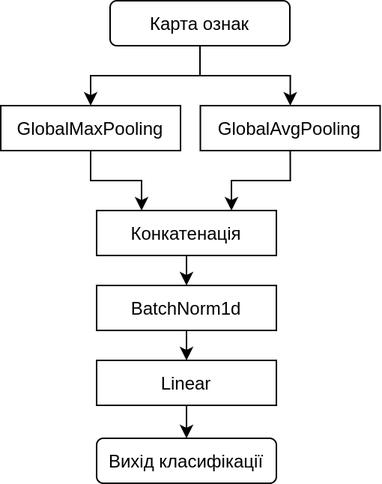
Earlier version of the draw.io export figures/my_cls_arch.png (spsancti/onpu_phd_thesis). Source tidied: cells renumbered, new cells last; positions are measured from the earlier drawing's top-left corner, leaving out a move shared by most shapes. Its diagram source:
```xml
<mxGraphModel>
  <root>
    <mxCell id="0" />
    <mxCell id="1" parent="0" />
    <mxCell id="2" style="edgeStyle=orthogonalEdgeStyle;rounded=0;jettySize=auto;html=1;exitX=0.5;exitY=1;exitDx=0;exitDy=0;entryX=0.25;entryY=0;entryDx=0;entryDy=0;" parent="1" edge="1" source="3" target="8">
      <mxGeometry relative="1" as="geometry" />
    </mxCell>
    <mxCell id="3" value="GlobalMaxPooling" style="rounded=0;whiteSpace=wrap;html=1;" parent="1" vertex="1">
      <mxGeometry y="70" width="120" height="30" as="geometry" />
    </mxCell>
    <mxCell id="4" style="edgeStyle=orthogonalEdgeStyle;rounded=0;jettySize=auto;html=1;exitX=0.5;exitY=1;exitDx=0;exitDy=0;entryX=0.75;entryY=0;entryDx=0;entryDy=0;" parent="1" edge="1" source="5" target="8">
      <mxGeometry relative="1" as="geometry" />
    </mxCell>
    <mxCell id="5" value="GlobalAvgPooling" style="rounded=0;whiteSpace=wrap;html=1;" parent="1" vertex="1">
      <mxGeometry x="133.2" y="70" width="120" height="30" as="geometry" />
    </mxCell>
    <mxCell id="6" value="Конкатенація" style="rounded=0;whiteSpace=wrap;html=1;" parent="1" vertex="1">
      <mxGeometry x="64" y="140" width="120" height="30" as="geometry" />
    </mxCell>
    <mxCell id="7" style="edgeStyle=orthogonalEdgeStyle;rounded=0;jettySize=auto;html=1;exitX=0.5;exitY=1;exitDx=0;exitDy=0;entryX=0.5;entryY=0;entryDx=0;entryDy=0;" parent="1" edge="1" source="8" target="10">
      <mxGeometry relative="1" as="geometry" />
    </mxCell>
    <mxCell id="8" value="Конкатенація" style="rounded=0;whiteSpace=wrap;html=1;" parent="1" vertex="1">
      <mxGeometry x="64" y="140" width="120" height="30" as="geometry" />
    </mxCell>
    <mxCell id="9" style="edgeStyle=orthogonalEdgeStyle;rounded=0;jettySize=auto;html=1;exitX=0.5;exitY=1;exitDx=0;exitDy=0;entryX=0.5;entryY=0;entryDx=0;entryDy=0;" parent="1" edge="1" source="10" target="12">
      <mxGeometry relative="1" as="geometry" />
    </mxCell>
    <mxCell id="10" value="BatchNorm1d" style="rounded=0;whiteSpace=wrap;html=1;" parent="1" vertex="1">
      <mxGeometry x="64" y="190" width="120" height="30" as="geometry" />
    </mxCell>
    <mxCell id="11" style="edgeStyle=orthogonalEdgeStyle;rounded=0;jettySize=auto;html=1;exitX=0.5;exitY=1;exitDx=0;exitDy=0;entryX=0.5;entryY=0;entryDx=0;entryDy=0;" parent="1" edge="1" source="12" target="16">
      <mxGeometry relative="1" as="geometry" />
    </mxCell>
    <mxCell id="12" value="Linear" style="rounded=0;whiteSpace=wrap;html=1;" parent="1" vertex="1">
      <mxGeometry x="64" y="240" width="120" height="30" as="geometry" />
    </mxCell>
    <mxCell id="13" style="edgeStyle=orthogonalEdgeStyle;rounded=0;jettySize=auto;html=1;exitX=0.5;exitY=1;exitDx=0;exitDy=0;entryX=0.5;entryY=0;entryDx=0;entryDy=0;" parent="1" edge="1" source="15" target="3">
      <mxGeometry relative="1" as="geometry" />
    </mxCell>
    <mxCell id="14" style="edgeStyle=orthogonalEdgeStyle;rounded=0;jettySize=auto;html=1;exitX=0.5;exitY=1;exitDx=0;exitDy=0;entryX=0.5;entryY=0;entryDx=0;entryDy=0;" parent="1" edge="1" source="15" target="5">
      <mxGeometry relative="1" as="geometry" />
    </mxCell>
    <mxCell id="15" value="Карта ознак" style="rounded=1;whiteSpace=wrap;html=1;" parent="1" vertex="1">
      <mxGeometry x="73" width="120" height="30" as="geometry" />
    </mxCell>
    <mxCell id="16" value="Вихід класифікації" style="rounded=1;whiteSpace=wrap;html=1;" parent="1" vertex="1">
      <mxGeometry x="64" y="292" width="120" height="30" as="geometry" />
    </mxCell>
  </root>
</mxGraphModel>
```
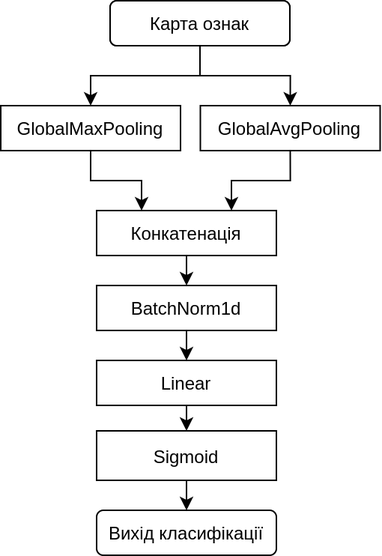
The same file after the commit.

What changed in the source:
```diff
@@ -29,7 +29,7 @@
     <mxCell id="10" value="BatchNorm1d" style="rounded=0;whiteSpace=wrap;html=1;" parent="1" vertex="1">
       <mxGeometry x="64" y="190" width="120" height="30" as="geometry" />
     </mxCell>
-    <mxCell id="11" style="edgeStyle=orthogonalEdgeStyle;rounded=0;jettySize=auto;html=1;exitX=0.5;exitY=1;exitDx=0;exitDy=0;entryX=0.5;entryY=0;entryDx=0;entryDy=0;" parent="1" edge="1" source="12" target="16">
+    <mxCell id="11" style="edgeStyle=orthogonalEdgeStyle;rounded=0;jettySize=auto;html=1;exitX=0.5;exitY=1;exitDx=0;exitDy=0;entryX=0.5;entryY=0;entryDx=0;entryDy=0;" parent="1" edge="1" source="12" target="19">
       <mxGeometry relative="1" as="geometry" />
     </mxCell>
     <mxCell id="12" value="Linear" style="rounded=0;whiteSpace=wrap;html=1;" parent="1" vertex="1">
@@ -45,7 +45,16 @@
       <mxGeometry x="73" width="120" height="30" as="geometry" />
     </mxCell>
     <mxCell id="16" value="Вихід класифікації" style="rounded=1;whiteSpace=wrap;html=1;" parent="1" vertex="1">
-      <mxGeometry x="64" y="292" width="120" height="30" as="geometry" />
+      <mxGeometry x="64" y="340" width="120" height="30" as="geometry" />
     </mxCell>
+    <mxCell id="17" value="Карта ознак" style="rounded=1;whiteSpace=wrap;html=1;" parent="1" vertex="1">
+      <mxGeometry x="73" width="120" height="30" as="geometry" />
+    </mxCell>
+    <mxCell id="18" style="edgeStyle=orthogonalEdgeStyle;rounded=0;jettySize=auto;html=1;exitX=0.5;exitY=1;exitDx=0;exitDy=0;entryX=0.5;entryY=0;entryDx=0;entryDy=0;" parent="1" edge="1" source="19" target="16">
+      <mxGeometry relative="1" as="geometry" />
+    </mxCell>
+    <mxCell id="19" value="Sigmoid" style="rounded=0;whiteSpace=wrap;html=1;" parent="1" vertex="1">
+      <mxGeometry x="64" y="287" width="120" height="33" as="geometry" />
+    </mxCell>
   </root>
 </mxGraphModel>
```
